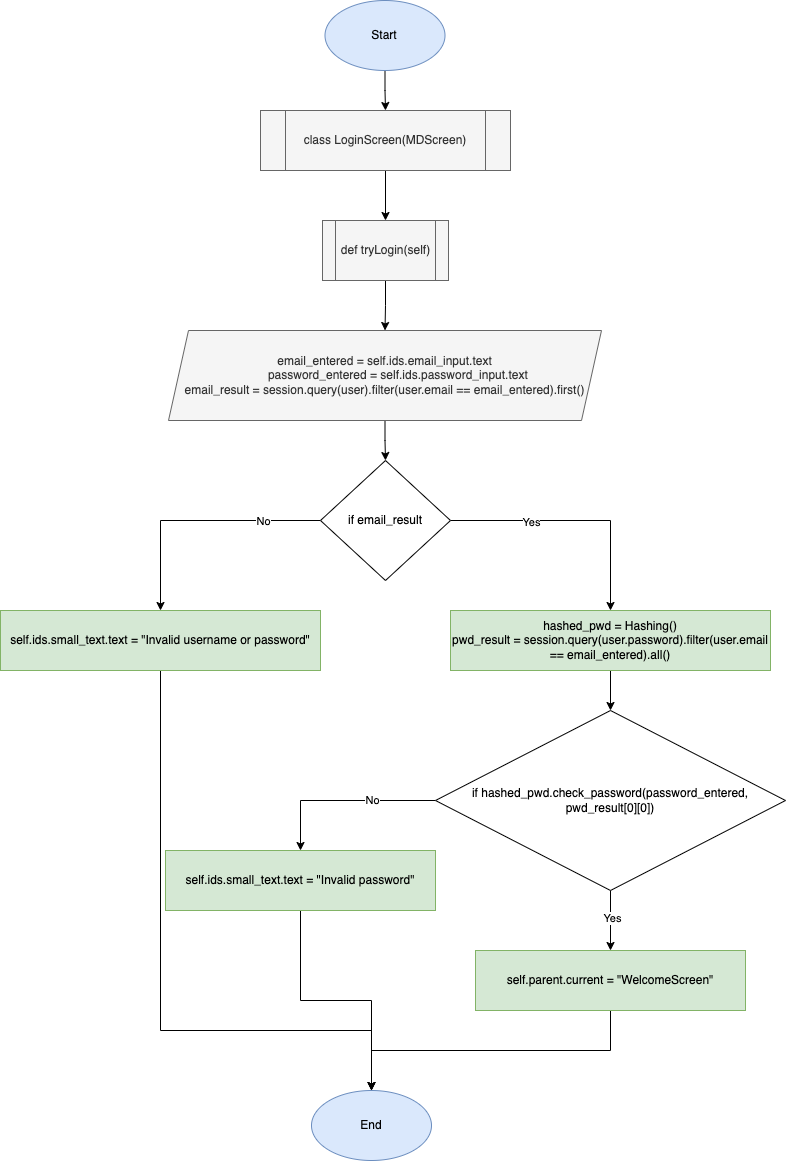
MichaelT2828/Unit_3 keeps this draw.io diagram as Project_3/loginscreen_flowdiagram.drawio.png. Above is the earlier version. Source tidied: cells renumbered, new cells last; positions are measured from the earlier drawing's top-left corner, leaving out a move shared by most shapes.
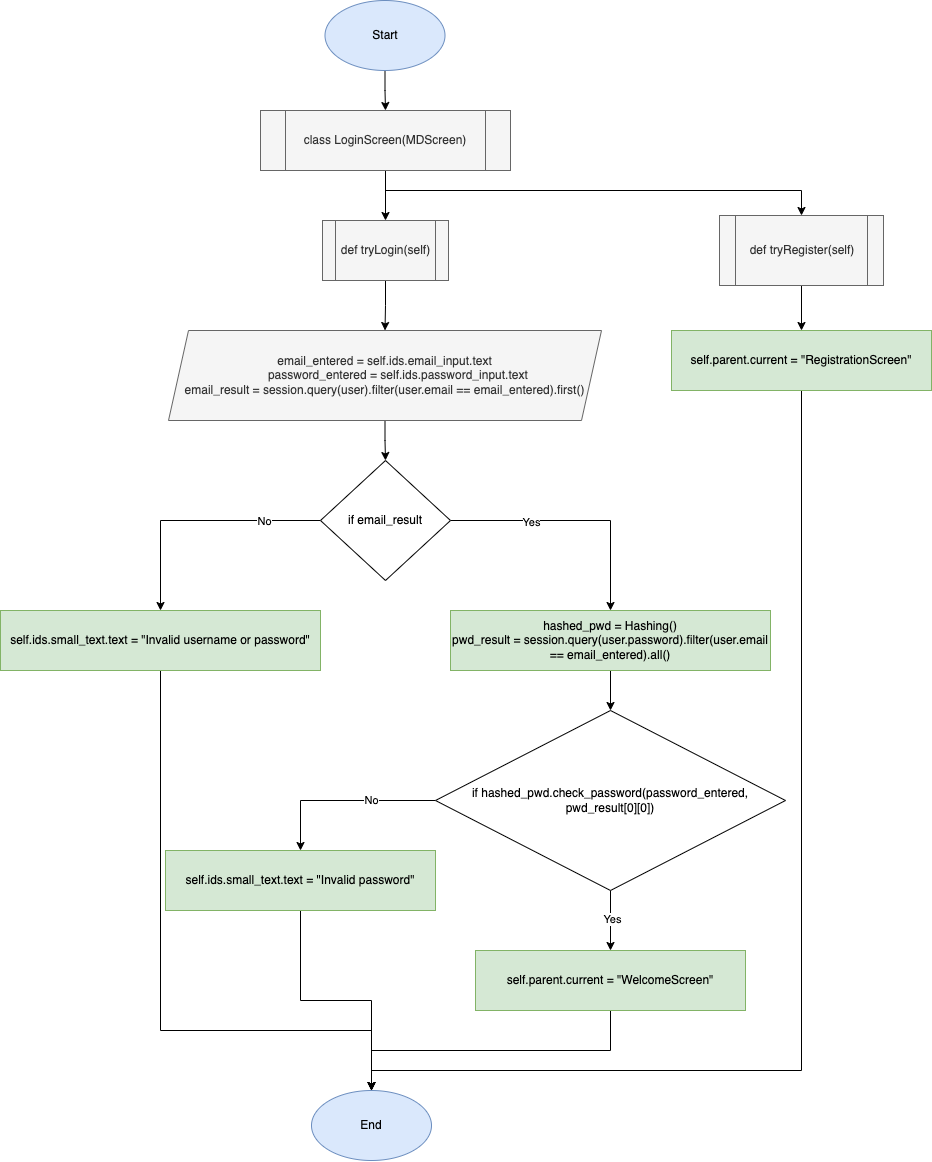
After the change.

The edit, as a diff of the source:
```diff
@@ -5,6 +5,14 @@
     <mxCell id="2" style="edgeStyle=orthogonalEdgeStyle;rounded=0;jettySize=auto;html=1;" parent="1" edge="1" source="3" target="5">
       <mxGeometry relative="1" as="geometry" />
     </mxCell>
+    <mxCell id="29" style="edgeStyle=orthogonalEdgeStyle;rounded=0;jettySize=auto;html=1;" parent="1" edge="1" source="3" target="31">
+      <mxGeometry relative="1" as="geometry">
+        <Array as="points">
+          <mxPoint x="385" y="190" />
+          <mxPoint x="801" y="190" />
+        </Array>
+      </mxGeometry>
+    </mxCell>
     <mxCell id="3" value="class LoginScreen(MDScreen)" style="shape=process;whiteSpace=wrap;html=1;backgroundOutline=1;fillColor=#f5f5f5;fontColor=#333333;strokeColor=#666666;" parent="1" vertex="1">
       <mxGeometry x="260" y="110" width="250" height="60" as="geometry" />
     </mxCell>
@@ -107,5 +115,22 @@
     <mxCell id="28" value="Start" style="ellipse;whiteSpace=wrap;html=1;fillColor=#dae8fc;strokeColor=#6c8ebf;" parent="1" vertex="1">
       <mxGeometry x="324.5" width="120" height="70" as="geometry" />
     </mxCell>
+    <mxCell id="30" style="edgeStyle=orthogonalEdgeStyle;rounded=0;jettySize=auto;html=1;" parent="1" edge="1" source="31" target="33">
+      <mxGeometry relative="1" as="geometry" />
+    </mxCell>
+    <mxCell id="31" value="def tryRegister(self)" style="shape=process;whiteSpace=wrap;html=1;backgroundOutline=1;fillColor=#f5f5f5;fontColor=#333333;strokeColor=#666666;" parent="1" vertex="1">
+      <mxGeometry x="719" y="215" width="164" height="70" as="geometry" />
+    </mxCell>
+    <mxCell id="32" style="edgeStyle=orthogonalEdgeStyle;rounded=0;jettySize=auto;html=1;entryX=0.5;entryY=0;entryDx=0;entryDy=0;" parent="1" edge="1" source="33" target="26">
+      <mxGeometry relative="1" as="geometry">
+        <Array as="points">
+          <mxPoint x="801" y="1070" />
+          <mxPoint x="371" y="1070" />
+        </Array>
+      </mxGeometry>
+    </mxCell>
+    <mxCell id="33" value="self.parent.current = &quot;RegistrationScreen&quot;" style="rounded=0;whiteSpace=wrap;html=1;fillColor=#d5e8d4;strokeColor=#82b366;" parent="1" vertex="1">
+      <mxGeometry x="671" y="330" width="260" height="60" as="geometry" />
+    </mxCell>
   </root>
 </mxGraphModel>
```
